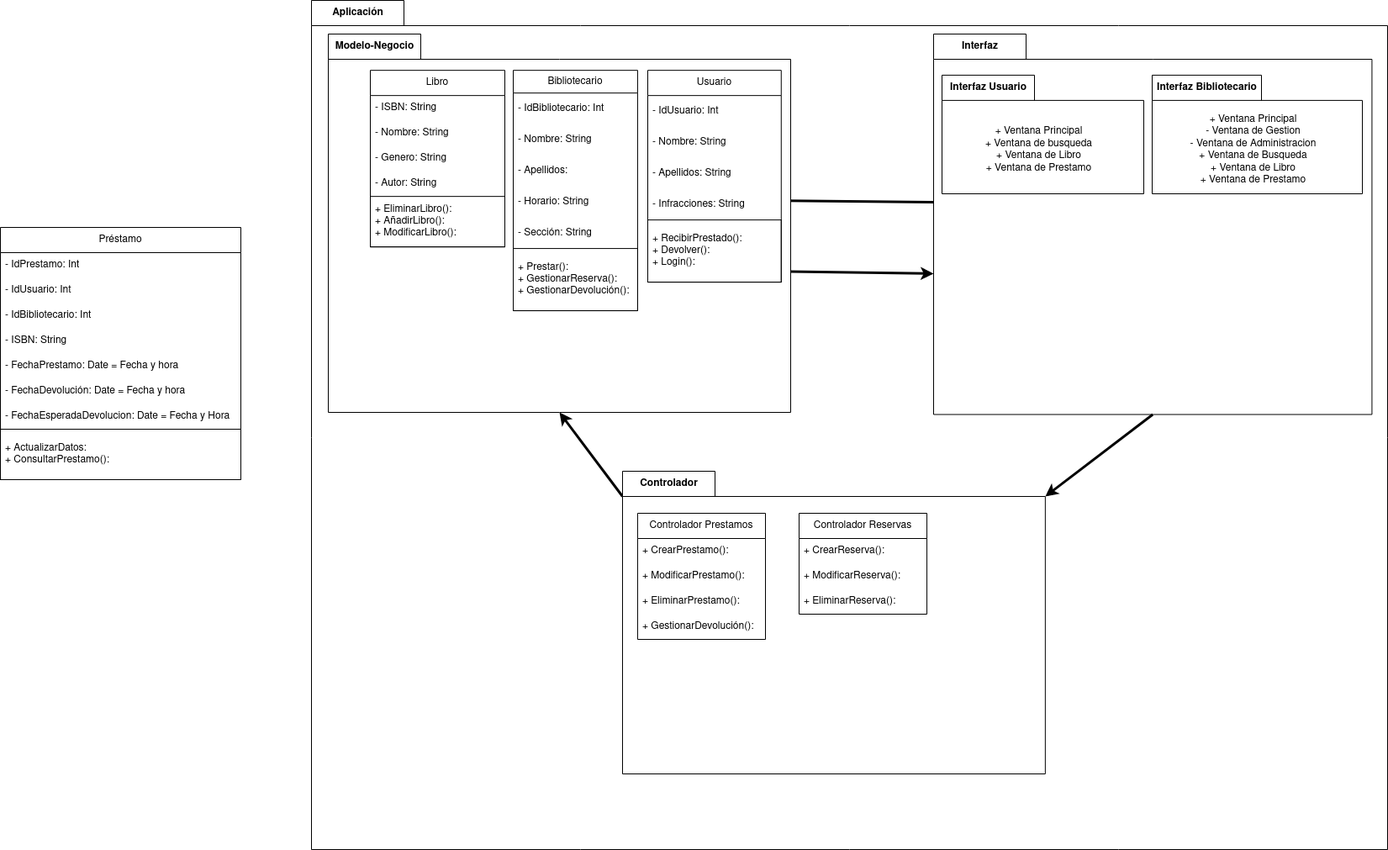
Earlier version of the draw.io export diagrama-paquetes/biblioteca/diagrama-biblioteca.drawio.png (IsaiasTolP/Tareas_Markdown). Source tidied: cells renumbered, new cells last; positions are measured from the earlier drawing's top-left corner, leaving out a move shared by most shapes.
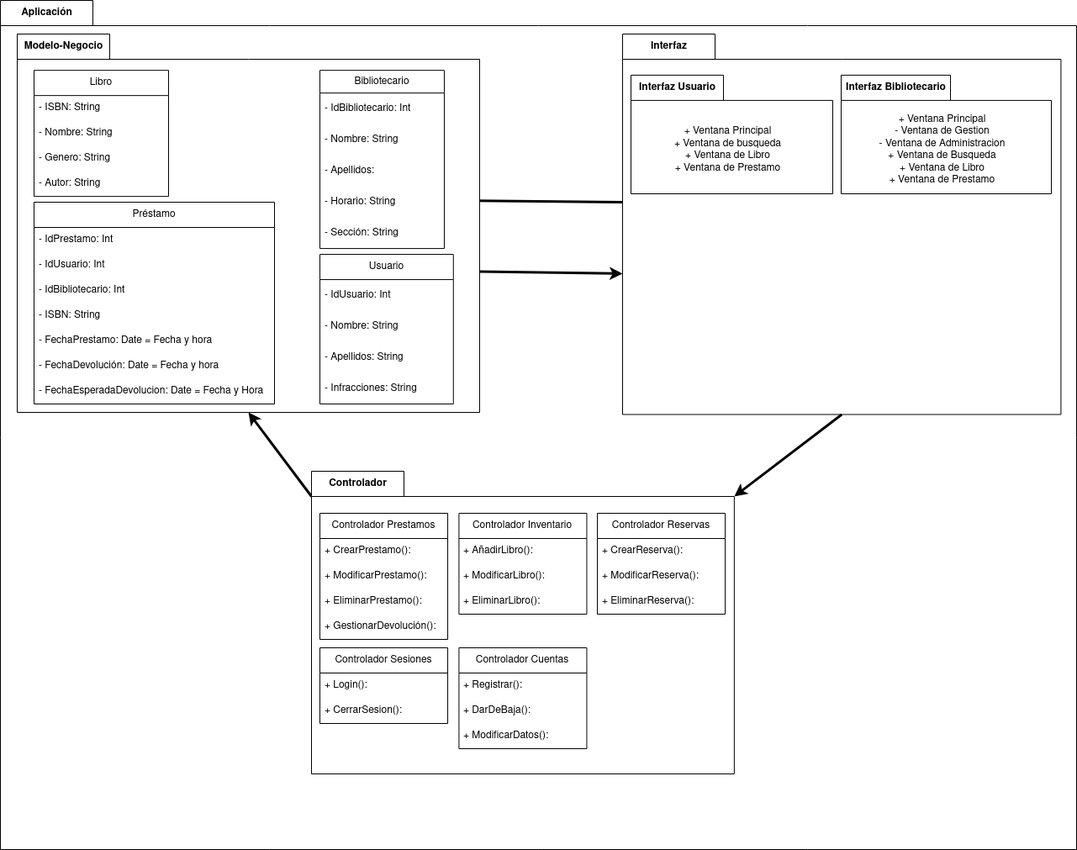
The same file after the commit.

Diff of the diagram source:
```diff
@@ -52,7 +52,7 @@
       </mxGeometry>
     </mxCell>
     <mxCell id="15" value="Controlador Prestamos" style="swimlane;fontStyle=0;horizontal=1;startSize=30;whiteSpace=wrap;html=1;" parent="13" vertex="1">
-      <mxGeometry x="18" y="50" width="152" height="150" as="geometry" />
+      <mxGeometry x="10" y="50" width="152" height="150" as="geometry" />
     </mxCell>
     <mxCell id="16" value="&lt;div&gt;+ CrearPrestamo():&lt;/div&gt;" style="text;strokeColor=none;fillColor=none;align=left;verticalAlign=middle;spacingLeft=4;spacingRight=4;overflow=hidden;whiteSpace=wrap;html=1;" parent="15" vertex="1">
       <mxGeometry y="30" width="152" height="30" as="geometry" />
@@ -67,7 +67,7 @@
       <mxGeometry y="120" width="152" height="30" as="geometry" />
     </mxCell>
     <mxCell id="20" value="Controlador Reservas" style="swimlane;fontStyle=0;horizontal=1;startSize=30;whiteSpace=wrap;html=1;" parent="13" vertex="1">
-      <mxGeometry x="210" y="50" width="152" height="120" as="geometry" />
+      <mxGeometry x="340" y="50" width="152" height="120" as="geometry" />
     </mxCell>
     <mxCell id="21" value="+ CrearReserva():" style="text;strokeColor=none;fillColor=none;align=left;verticalAlign=middle;spacingLeft=4;spacingRight=4;overflow=hidden;whiteSpace=wrap;html=1;" parent="20" vertex="1">
       <mxGeometry y="30" width="152" height="30" as="geometry" />
@@ -78,6 +78,39 @@
     <mxCell id="23" value="+ EliminarReserva():" style="text;strokeColor=none;fillColor=none;align=left;verticalAlign=middle;spacingLeft=4;spacingRight=4;overflow=hidden;whiteSpace=wrap;html=1;" parent="20" vertex="1">
       <mxGeometry y="90" width="152" height="30" as="geometry" />
     </mxCell>
+    <mxCell id="55" value="Controlador Inventario" style="swimlane;fontStyle=0;horizontal=1;startSize=30;whiteSpace=wrap;html=1;" parent="13" vertex="1">
+      <mxGeometry x="175.4" y="50" width="152" height="120" as="geometry" />
+    </mxCell>
+    <mxCell id="56" value="+ AñadirLibro():" style="text;strokeColor=none;fillColor=none;align=left;verticalAlign=middle;spacingLeft=4;spacingRight=4;overflow=hidden;whiteSpace=wrap;html=1;" parent="55" vertex="1">
+      <mxGeometry y="30" width="152" height="30" as="geometry" />
+    </mxCell>
+    <mxCell id="57" value="+ ModificarLibro():" style="text;strokeColor=none;fillColor=none;align=left;verticalAlign=middle;spacingLeft=4;spacingRight=4;overflow=hidden;whiteSpace=wrap;html=1;" parent="55" vertex="1">
+      <mxGeometry y="60" width="152" height="30" as="geometry" />
+    </mxCell>
+    <mxCell id="58" value="+ EliminarLibro():" style="text;strokeColor=none;fillColor=none;align=left;verticalAlign=middle;spacingLeft=4;spacingRight=4;overflow=hidden;whiteSpace=wrap;html=1;" parent="55" vertex="1">
+      <mxGeometry y="90" width="152" height="30" as="geometry" />
+    </mxCell>
+    <mxCell id="59" value="Controlador Sesiones" style="swimlane;fontStyle=0;horizontal=1;startSize=30;whiteSpace=wrap;html=1;" parent="13" vertex="1">
+      <mxGeometry x="10" y="210" width="152" height="90" as="geometry" />
+    </mxCell>
+    <mxCell id="60" value="+ Login():" style="text;strokeColor=none;fillColor=none;align=left;verticalAlign=middle;spacingLeft=4;spacingRight=4;overflow=hidden;whiteSpace=wrap;html=1;" parent="59" vertex="1">
+      <mxGeometry y="30" width="152" height="30" as="geometry" />
+    </mxCell>
+    <mxCell id="61" value="+ CerrarSesion():" style="text;strokeColor=none;fillColor=none;align=left;verticalAlign=middle;spacingLeft=4;spacingRight=4;overflow=hidden;whiteSpace=wrap;html=1;" parent="59" vertex="1">
+      <mxGeometry y="60" width="152" height="30" as="geometry" />
+    </mxCell>
+    <mxCell id="62" value="Controlador Cuentas" style="swimlane;fontStyle=0;horizontal=1;startSize=30;whiteSpace=wrap;html=1;" parent="13" vertex="1">
+      <mxGeometry x="175.4" y="210" width="152" height="120" as="geometry" />
+    </mxCell>
+    <mxCell id="63" value="+ Registrar():" style="text;strokeColor=none;fillColor=none;align=left;verticalAlign=middle;spacingLeft=4;spacingRight=4;overflow=hidden;whiteSpace=wrap;html=1;" parent="62" vertex="1">
+      <mxGeometry y="30" width="152" height="30" as="geometry" />
+    </mxCell>
+    <mxCell id="64" value="+ DarDeBaja():" style="text;strokeColor=none;fillColor=none;align=left;verticalAlign=middle;spacingLeft=4;spacingRight=4;overflow=hidden;whiteSpace=wrap;html=1;" parent="62" vertex="1">
+      <mxGeometry y="60" width="152" height="30" as="geometry" />
+    </mxCell>
+    <mxCell id="65" value="+ ModificarDatos():" style="text;strokeColor=none;fillColor=none;align=left;verticalAlign=middle;spacingLeft=4;spacingRight=4;overflow=hidden;whiteSpace=wrap;html=1;" parent="62" vertex="1">
+      <mxGeometry y="90" width="152" height="30" as="geometry" />
+    </mxCell>
     <mxCell id="24" style="edgeStyle=none;html=1;exitX=0;exitY=0;exitDx=460;exitDy=281.25;exitPerimeter=0;entryX=0;entryY=0;entryDx=0;entryDy=285;entryPerimeter=0;strokeWidth=3;" parent="2" edge="1" source="25" target="5">
       <mxGeometry relative="1" as="geometry" />
     </mxCell>
@@ -90,7 +123,7 @@
       </mxGeometry>
     </mxCell>
     <mxCell id="27" value="Usuario" style="swimlane;fontStyle=0;horizontal=1;startSize=30;whiteSpace=wrap;html=1;strokeColor=default;" parent="25" vertex="1">
-      <mxGeometry x="380" y="43.1" width="158.8" height="251.9" as="geometry" />
+      <mxGeometry x="360" y="262.1" width="158.8" height="177.9" as="geometry" />
     </mxCell>
     <mxCell id="28" value="- IdUsuario: Int" style="text;strokeColor=none;fillColor=none;align=left;verticalAlign=middle;spacingLeft=4;spacingRight=4;overflow=hidden;whiteSpace=wrap;html=1;" parent="27" vertex="1">
       <mxGeometry y="30" width="158.8" height="37" as="geometry" />
@@ -104,11 +137,8 @@
     <mxCell id="31" value="- Infracciones: String" style="text;strokeColor=none;fillColor=none;align=left;verticalAlign=middle;spacingLeft=4;spacingRight=4;overflow=hidden;whiteSpace=wrap;html=1;" parent="27" vertex="1">
       <mxGeometry y="141" width="158.8" height="37" as="geometry" />
     </mxCell>
-    <mxCell id="32" value="+ RecibirPrestado():&lt;br&gt;+ Devolver():&lt;br&gt;+ Login():" style="text;strokeColor=default;fillColor=none;align=left;verticalAlign=middle;spacingLeft=4;spacingRight=4;overflow=hidden;whiteSpace=wrap;html=1;" parent="27" vertex="1">
-      <mxGeometry y="177.9" width="158.8" height="74" as="geometry" />
-    </mxCell>
     <mxCell id="33" value="Bibliotecario" style="swimlane;fontStyle=0;horizontal=1;startSize=27;whiteSpace=wrap;html=1;strokeColor=default;" parent="25" vertex="1">
-      <mxGeometry x="220" y="43.1" width="148" height="285.9" as="geometry" />
+      <mxGeometry x="360" y="43.1" width="148" height="211.9" as="geometry" />
     </mxCell>
     <mxCell id="34" value="- IdBibliotecario: Int" style="text;strokeColor=none;fillColor=none;align=left;verticalAlign=middle;spacingLeft=4;spacingRight=4;overflow=hidden;whiteSpace=wrap;html=1;" parent="33" vertex="1">
       <mxGeometry y="27" width="148" height="37" as="geometry" />
@@ -125,11 +155,8 @@
     <mxCell id="38" value="- Sección: String" style="text;strokeColor=none;fillColor=none;align=left;verticalAlign=middle;spacingLeft=4;spacingRight=4;overflow=hidden;whiteSpace=wrap;html=1;" parent="33" vertex="1">
       <mxGeometry y="174.9" width="148" height="37" as="geometry" />
     </mxCell>
-    <mxCell id="39" value="+ Prestar():&lt;br&gt;+ GestionarReserva():&lt;br&gt;+ GestionarDevolución():" style="text;strokeColor=default;fillColor=none;align=left;verticalAlign=middle;spacingLeft=4;spacingRight=4;overflow=hidden;whiteSpace=wrap;html=1;" parent="33" vertex="1">
-      <mxGeometry y="211.9" width="148" height="74" as="geometry" />
-    </mxCell>
     <mxCell id="40" value="Libro" style="swimlane;fontStyle=0;horizontal=1;startSize=30;whiteSpace=wrap;html=1;strokeColor=default;" parent="25" vertex="1">
-      <mxGeometry x="50" y="43.1" width="160" height="210" as="geometry" />
+      <mxGeometry x="20" y="43.1" width="160" height="150" as="geometry" />
     </mxCell>
     <mxCell id="41" value="- ISBN: String" style="text;strokeColor=none;fillColor=none;align=left;verticalAlign=middle;spacingLeft=4;spacingRight=4;overflow=hidden;whiteSpace=wrap;html=1;" parent="40" vertex="1">
       <mxGeometry y="30" width="160" height="30" as="geometry" />
@@ -143,11 +170,8 @@
     <mxCell id="44" value="- Autor: String" style="text;strokeColor=none;fillColor=none;align=left;verticalAlign=middle;spacingLeft=4;spacingRight=4;overflow=hidden;whiteSpace=wrap;html=1;" parent="40" vertex="1">
       <mxGeometry y="120" width="160" height="30" as="geometry" />
     </mxCell>
-    <mxCell id="45" value="+ EliminarLibro():&lt;br&gt;+ AñadirLibro():&lt;br&gt;+ ModificarLibro():" style="text;strokeColor=default;fillColor=none;align=left;verticalAlign=middle;spacingLeft=4;spacingRight=4;overflow=hidden;whiteSpace=wrap;html=1;" parent="40" vertex="1">
-      <mxGeometry y="150" width="160" height="60" as="geometry" />
-    </mxCell>
-    <mxCell id="46" value="Préstamo" style="swimlane;fontStyle=0;horizontal=1;startSize=30;whiteSpace=wrap;html=1;strokeColor=default;" parent="1" vertex="1">
-      <mxGeometry y="270" width="286" height="300" as="geometry" />
+    <mxCell id="46" value="Préstamo" style="swimlane;fontStyle=0;horizontal=1;startSize=30;whiteSpace=wrap;html=1;strokeColor=default;" parent="25" vertex="1">
+      <mxGeometry x="20" y="200" width="286" height="240" as="geometry" />
     </mxCell>
     <mxCell id="47" value="- IdPrestamo: Int" style="text;strokeColor=none;fillColor=none;align=left;verticalAlign=middle;spacingLeft=4;spacingRight=4;overflow=hidden;whiteSpace=wrap;html=1;" parent="46" vertex="1">
       <mxGeometry y="30" width="286" height="30" as="geometry" />
@@ -170,8 +194,5 @@
     <mxCell id="53" value="- FechaEsperadaDevolucion: Date = Fecha y Hora" style="text;strokeColor=none;fillColor=none;align=left;verticalAlign=middle;spacingLeft=4;spacingRight=4;overflow=hidden;whiteSpace=wrap;html=1;" parent="46" vertex="1">
       <mxGeometry y="210" width="286" height="30" as="geometry" />
     </mxCell>
-    <mxCell id="54" value="+ ActualizarDatos:&lt;br&gt;+ ConsultarPrestamo():" style="text;strokeColor=default;fillColor=none;align=left;verticalAlign=middle;spacingLeft=4;spacingRight=4;overflow=hidden;whiteSpace=wrap;html=1;" parent="46" vertex="1">
-      <mxGeometry y="240" width="286" height="60" as="geometry" />
-    </mxCell>
   </root>
 </mxGraphModel>
```
